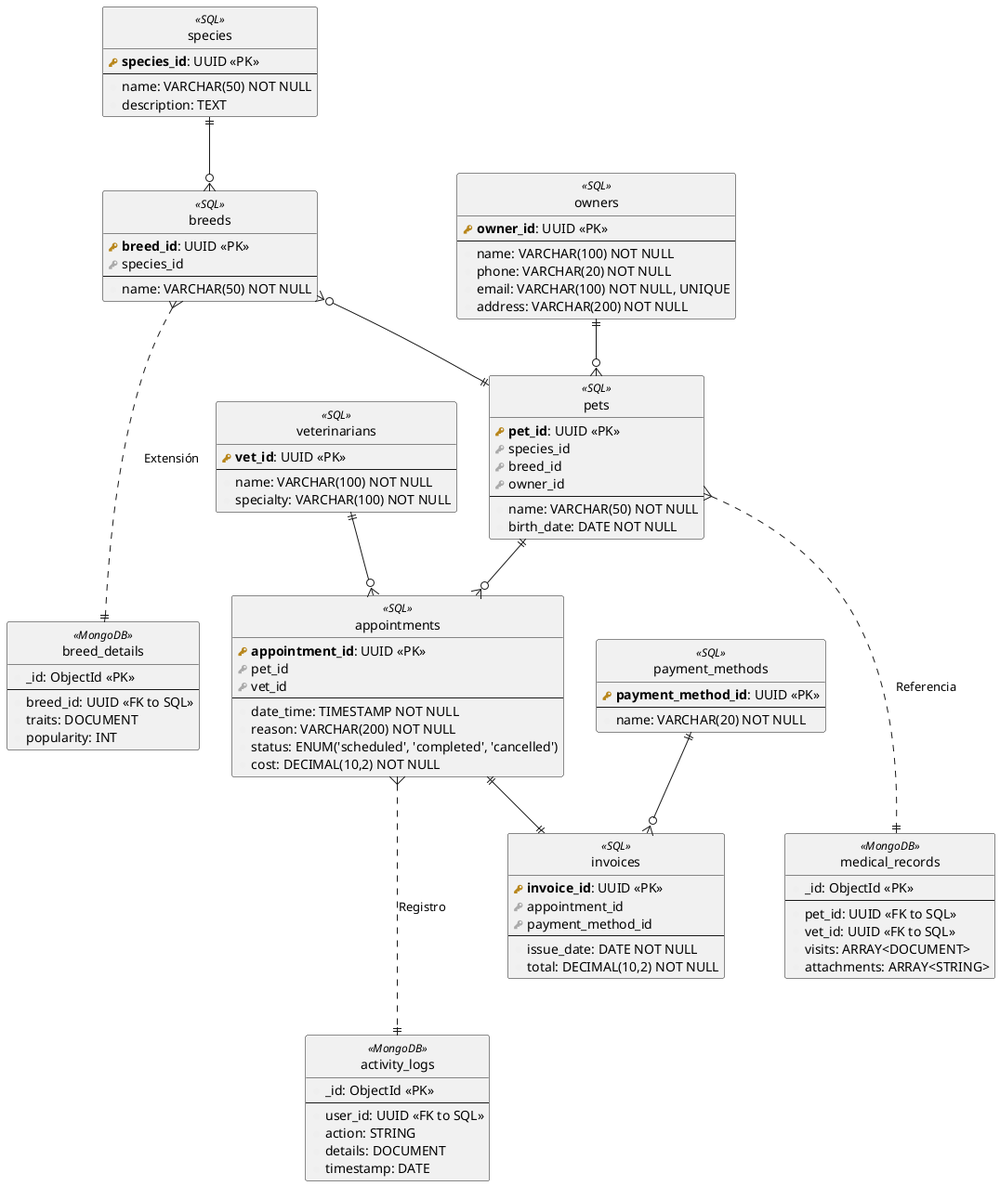
marcohc79/veterinaria keeps this PlantUML diagram as relational_model/core_entities.png. Above is the earlier version.
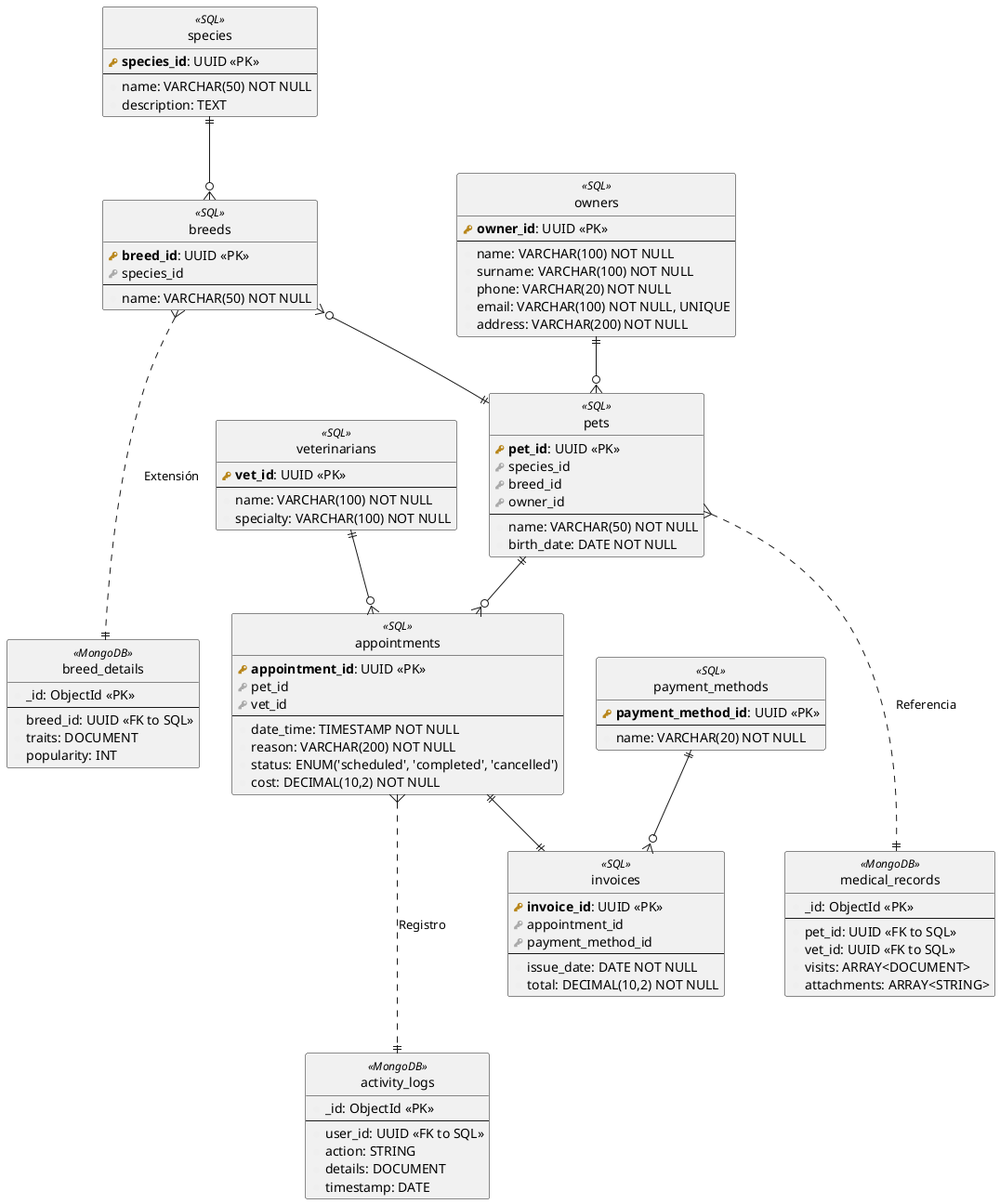
The same diagram one commit later.

Diff of the diagram source:
```diff
@@ -11,6 +11,7 @@
     primary_key(owner_id): UUID <<PK>>
     --
     column(name): VARCHAR(100) NOT NULL
+    column(surname): VARCHAR(100) NOT NULL
     column(phone): VARCHAR(20) NOT NULL
     column(email): VARCHAR(100) NOT NULL, UNIQUE
     column(address): VARCHAR(200) NOT NULL
```
